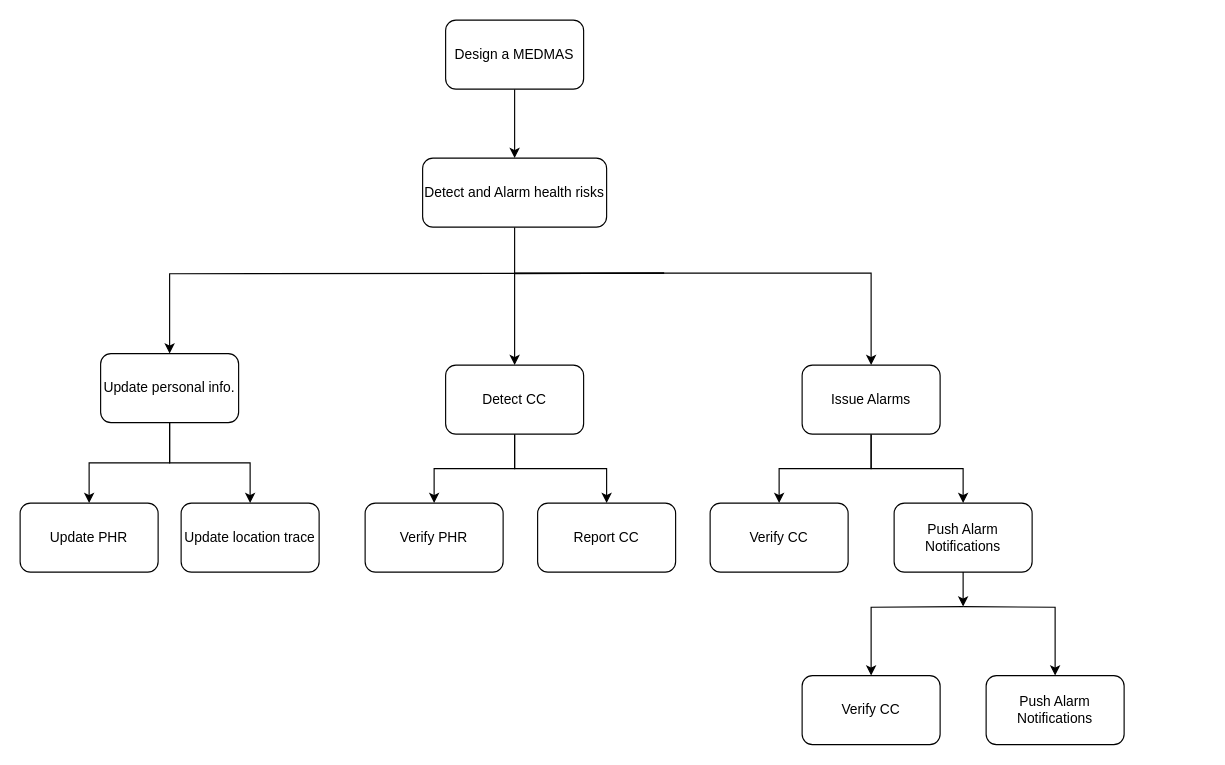
The draw.io diagram Goal Hierarchy Xun.drawio in AceOfSpadeszzz/SENG696, before the edit. Source tidied: cells renumbered, new cells numbered last; positions are measured from the earlier drawing's top-left corner, leaving out a move shared by most shapes. Both pictures are drawn from the tidied source at 115%, with x=0, y=0 at pixel (20, 20).
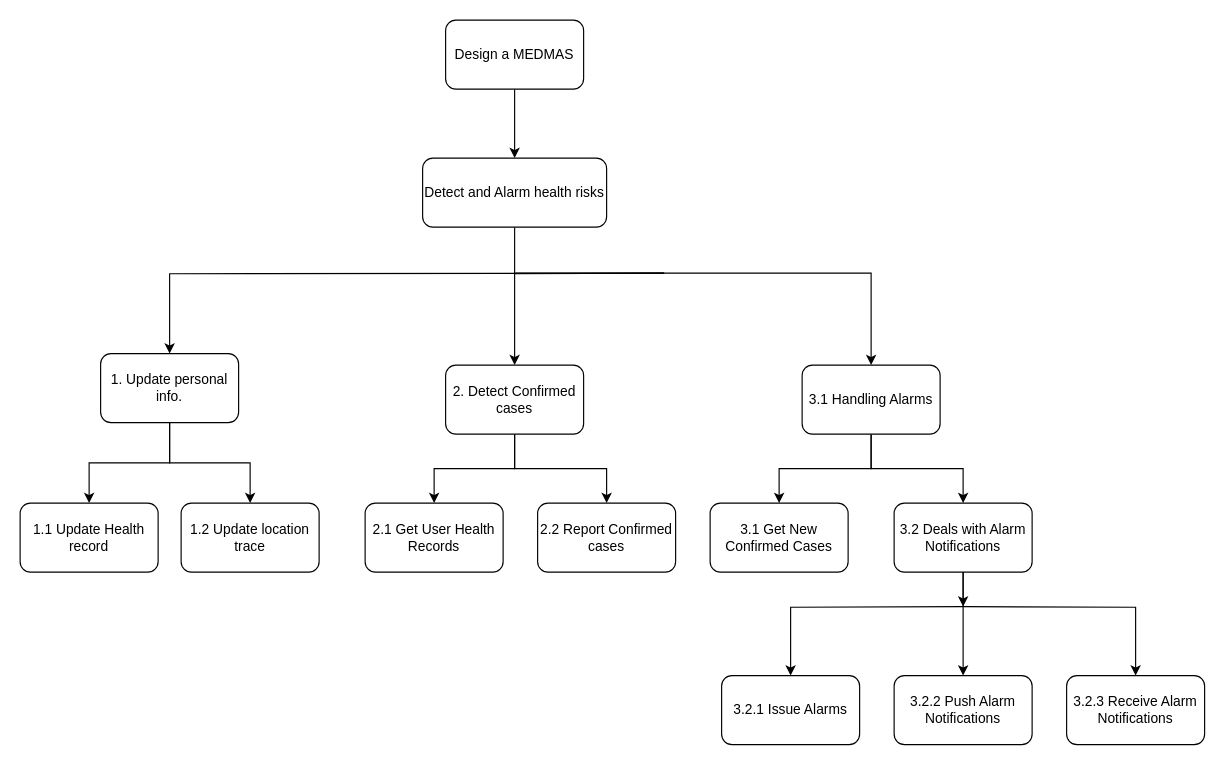
After the change.

The edit, as a diff of the source:
```diff
@@
-    <mxCell id="8" value="Update personal info." style="rounded=1;whiteSpace=wrap;html=1;" parent="1" vertex="1">
+    <mxCell id="8" value="1. Update personal info." style="rounded=1;whiteSpace=wrap;html=1;" parent="1" vertex="1">
       <mxGeometry x="70" y="290" width="120" height="60" as="geometry" />
     </mxCell>
@@
-    <mxCell id="11" value="Issue Alarms" style="rounded=1;whiteSpace=wrap;html=1;" parent="1" vertex="1">
+    <mxCell id="11" value="3.1 Handling Alarms" style="rounded=1;whiteSpace=wrap;html=1;" parent="1" vertex="1">
       <mxGeometry x="680" y="300" width="120" height="60" as="geometry" />
     </mxCell>
@@
-    <mxCell id="14" value="Detect CC" style="rounded=1;whiteSpace=wrap;html=1;" parent="1" vertex="1">
+    <mxCell id="14" value="2. Detect Confirmed cases" style="rounded=1;whiteSpace=wrap;html=1;" parent="1" vertex="1">
       <mxGeometry x="370" y="300" width="120" height="60" as="geometry" />
     </mxCell>
-    <mxCell id="15" value="Update location trace" style="rounded=1;whiteSpace=wrap;html=1;" parent="1" vertex="1">
+    <mxCell id="15" value="1.2 Update location trace" style="rounded=1;whiteSpace=wrap;html=1;" parent="1" vertex="1">
       <mxGeometry x="140" y="420" width="120" height="60" as="geometry" />
     </mxCell>
@@
+    <mxCell id="28" style="edgeStyle=orthogonalEdgeStyle;rounded=0;jettySize=auto;html=1;exitX=0.5;exitY=1;exitDx=0;exitDy=0;entryX=0.5;entryY=0;entryDx=0;entryDy=0;" parent="1" edge="1" source="17" target="29">
+      <mxGeometry relative="1" as="geometry" />
+    </mxCell>
-    <mxCell id="17" value="Push Alarm Notifications" style="rounded=1;whiteSpace=wrap;html=1;" parent="1" vertex="1">
+    <mxCell id="17" value="3.2 Deals with Alarm Notifications" style="rounded=1;whiteSpace=wrap;html=1;" parent="1" vertex="1">
       <mxGeometry x="760" y="420" width="120" height="60" as="geometry" />
     </mxCell>
-    <mxCell id="18" value="Report CC" style="rounded=1;whiteSpace=wrap;html=1;" parent="1" vertex="1">
+    <mxCell id="18" value="2.2 Report Confirmed cases" style="rounded=1;whiteSpace=wrap;html=1;" parent="1" vertex="1">
       <mxGeometry x="450" y="420" width="120" height="60" as="geometry" />
     </mxCell>
@@
-    <mxCell id="21" value="Update PHR" style="rounded=1;whiteSpace=wrap;html=1;" parent="1" vertex="1">
+    <mxCell id="21" value="1.1 Update Health record" style="rounded=1;whiteSpace=wrap;html=1;" parent="1" vertex="1">
       <mxGeometry y="420" width="120" height="60" as="geometry" />
     </mxCell>
-    <mxCell id="22" value="Verify PHR" style="rounded=1;whiteSpace=wrap;html=1;" parent="1" vertex="1">
+    <mxCell id="22" value="2.1 Get User Health Records" style="rounded=1;whiteSpace=wrap;html=1;" parent="1" vertex="1">
       <mxGeometry x="300" y="420" width="120" height="60" as="geometry" />
     </mxCell>
-    <mxCell id="23" value="Verify CC" style="rounded=1;whiteSpace=wrap;html=1;" parent="1" vertex="1">
+    <mxCell id="23" value="3.1 Get New Confirmed Cases" style="rounded=1;whiteSpace=wrap;html=1;" parent="1" vertex="1">
       <mxGeometry x="600" y="420" width="120" height="60" as="geometry" />
     </mxCell>
@@
-    <mxCell id="26" value="Push Alarm Notifications" style="rounded=1;whiteSpace=wrap;html=1;" parent="1" vertex="1">
-      <mxGeometry x="840" y="570" width="120" height="60" as="geometry" />
+    <mxCell id="26" value="3.2.3 Receive Alarm Notifications" style="rounded=1;whiteSpace=wrap;html=1;" parent="1" vertex="1">
+      <mxGeometry x="910" y="570" width="120" height="60" as="geometry" />
     </mxCell>
-    <mxCell id="27" value="Verify CC" style="rounded=1;whiteSpace=wrap;html=1;" parent="1" vertex="1">
-      <mxGeometry x="680" y="570" width="120" height="60" as="geometry" />
+    <mxCell id="27" value="3.2.1 Issue Alarms" style="rounded=1;whiteSpace=wrap;html=1;" parent="1" vertex="1">
+      <mxGeometry x="610" y="570" width="120" height="60" as="geometry" />
     </mxCell>
+    <mxCell id="29" value="3.2.2 Push Alarm Notifications" style="rounded=1;whiteSpace=wrap;html=1;" parent="1" vertex="1">
+      <mxGeometry x="760" y="570" width="120" height="60" as="geometry" />
+    </mxCell>
```
